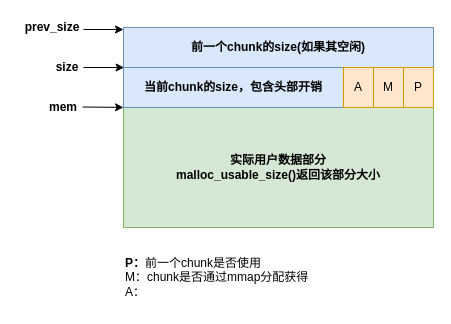
Before: ptmalloc.drawio in walkerdu/draw_io, a draw.io diagram. Source tidied: cells renumbered, new cells numbered last; positions are measured from the earlier drawing's top-left corner, leaving out a move shared by most shapes. Both pictures are drawn from the tidied source at 100%, with x=0, y=0 at pixel (17, 17).
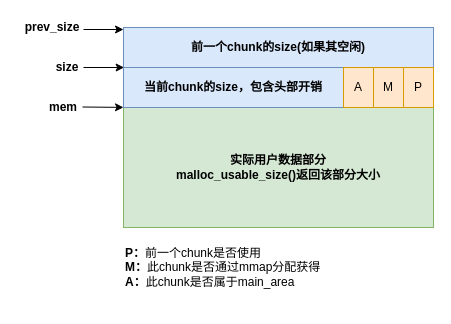
Above is the later version.

Diff of the diagram source:
```diff
@@
 <mxGraphModel>
   <root>
     <mxCell id="0" />
     <mxCell id="1" parent="0" />
     <mxCell id="2" value="实际用户数据部分&lt;br&gt;malloc_usable_size()返回该部分大小" style="rounded=0;whiteSpace=wrap;html=1;fontStyle=1;fillColor=#d5e8d4;strokeColor=#82b366;" parent="1" vertex="1">
       <mxGeometry x="106" y="90" width="310" height="120" as="geometry" />
     </mxCell>
     <mxCell id="3" value="当前chunk的size，包含头部开销" style="rounded=0;whiteSpace=wrap;html=1;fontStyle=1;fillColor=#dae8fc;strokeColor=#6c8ebf;" parent="1" vertex="1">
       <mxGeometry x="106" y="50" width="220" height="40" as="geometry" />
     </mxCell>
     <mxCell id="4" value="前一个chunk的size(如果其空闲)" style="rounded=0;whiteSpace=wrap;html=1;fontStyle=1;fillColor=#dae8fc;strokeColor=#6c8ebf;" parent="1" vertex="1">
       <mxGeometry x="106" y="10" width="310" height="40" as="geometry" />
     </mxCell>
     <mxCell id="5" value="M" style="rounded=0;whiteSpace=wrap;html=1;fillColor=#ffe6cc;strokeColor=#d79b00;" parent="1" vertex="1">
       <mxGeometry x="356" y="50" width="30" height="40" as="geometry" />
     </mxCell>
     <mxCell id="6" value="P" style="rounded=0;whiteSpace=wrap;html=1;fillColor=#ffe6cc;strokeColor=#d79b00;" parent="1" vertex="1">
       <mxGeometry x="386" y="50" width="30" height="40" as="geometry" />
     </mxCell>
     <mxCell id="7" value="A" style="rounded=0;whiteSpace=wrap;html=1;fillColor=#ffe6cc;strokeColor=#d79b00;" parent="1" vertex="1">
       <mxGeometry x="326" y="50" width="30" height="40" as="geometry" />
     </mxCell>
     <mxCell id="8" value="prev_size" style="text;html=1;strokeColor=none;fillColor=none;align=center;verticalAlign=middle;whiteSpace=wrap;rounded=0;fontStyle=1;" parent="1" vertex="1">
       <mxGeometry width="70" height="20" as="geometry" />
     </mxCell>
     <mxCell id="9" style="endArrow=classic;html=1;entryX=0;entryY=0.5;entryDx=0;entryDy=0;align=center;" parent="1" edge="1">
       <mxGeometry relative="1" as="geometry">
         <mxPoint x="66" y="12" as="sourcePoint" />
         <mxPoint x="106" y="12" as="targetPoint" />
       </mxGeometry>
     </mxCell>
     <mxCell id="10" value="size" style="text;html=1;strokeColor=none;fillColor=none;align=center;verticalAlign=middle;whiteSpace=wrap;rounded=0;fontStyle=1;" parent="1" vertex="1">
       <mxGeometry x="30" y="40" width="40" height="20" as="geometry" />
     </mxCell>
     <mxCell id="11" style="endArrow=classic;html=1;align=center;entryX=0.002;entryY=1;entryDx=0;entryDy=0;entryPerimeter=0;" parent="1" edge="1" target="4">
       <mxGeometry relative="1" as="geometry">
         <mxPoint x="66" y="50" as="sourcePoint" />
       </mxGeometry>
     </mxCell>
     <mxCell id="12" style="endArrow=classic;html=1;entryX=0.009;entryY=1.034;entryDx=0;entryDy=0;entryPerimeter=0;align=center;" parent="1" edge="1">
       <mxGeometry relative="1" as="geometry">
         <mxPoint x="65" y="89.5" as="sourcePoint" />
         <mxPoint x="106" y="89.9" as="targetPoint" />
       </mxGeometry>
     </mxCell>
     <mxCell id="13" value="mem" style="text;html=1;strokeColor=none;fillColor=none;align=center;verticalAlign=middle;whiteSpace=wrap;rounded=0;fontStyle=1;" parent="1" vertex="1">
       <mxGeometry x="26" y="80" width="40" height="20" as="geometry" />
     </mxCell>
-    <mxCell id="14" value="P：&lt;span style=&quot;font-weight: normal&quot;&gt;前一个chunk是否使用&lt;br&gt;M：chunk是否通过mmap分配获得&lt;br&gt;A：&lt;br&gt;&lt;/span&gt;" style="text;html=1;strokeColor=none;fillColor=none;align=left;verticalAlign=middle;whiteSpace=wrap;rounded=0;fontStyle=1;" parent="1" vertex="1">
-      <mxGeometry x="106" y="230" width="190" height="60" as="geometry" />
+    <mxCell id="14" value="P：&lt;span style=&quot;font-weight: normal&quot;&gt;前一个chunk是否使用&lt;/span&gt;&lt;br&gt;M：&lt;span style=&quot;font-weight: normal&quot;&gt;此chunk是否通过mmap分配获得&lt;/span&gt;&lt;br&gt;A：&lt;span style=&quot;font-weight: normal&quot;&gt;此&lt;/span&gt;&lt;span style=&quot;font-weight: 400&quot;&gt;chunk是否属于main_area&lt;/span&gt;" style="text;html=1;strokeColor=none;fillColor=none;align=left;verticalAlign=middle;whiteSpace=wrap;rounded=0;fontStyle=1;" parent="1" vertex="1">
+      <mxGeometry x="106" y="220" width="220" height="60" as="geometry" />
     </mxCell>
   </root>
 </mxGraphModel>
```
